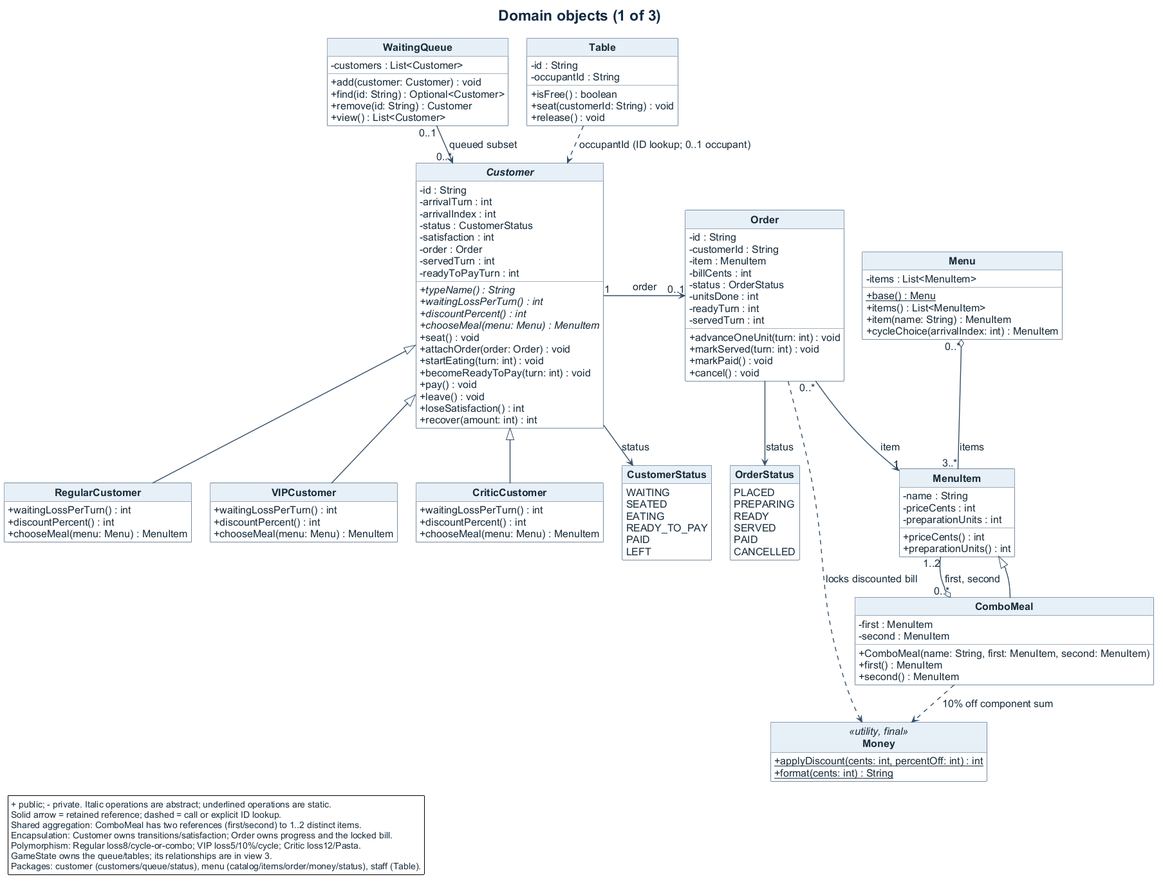
Earlier version of the PlantUML export docs/diagrams/exports/class-domain.png (respoopu/SC2002-lab-assignment-final). Its source is kept beside it as docs/diagrams/class-domain.puml.
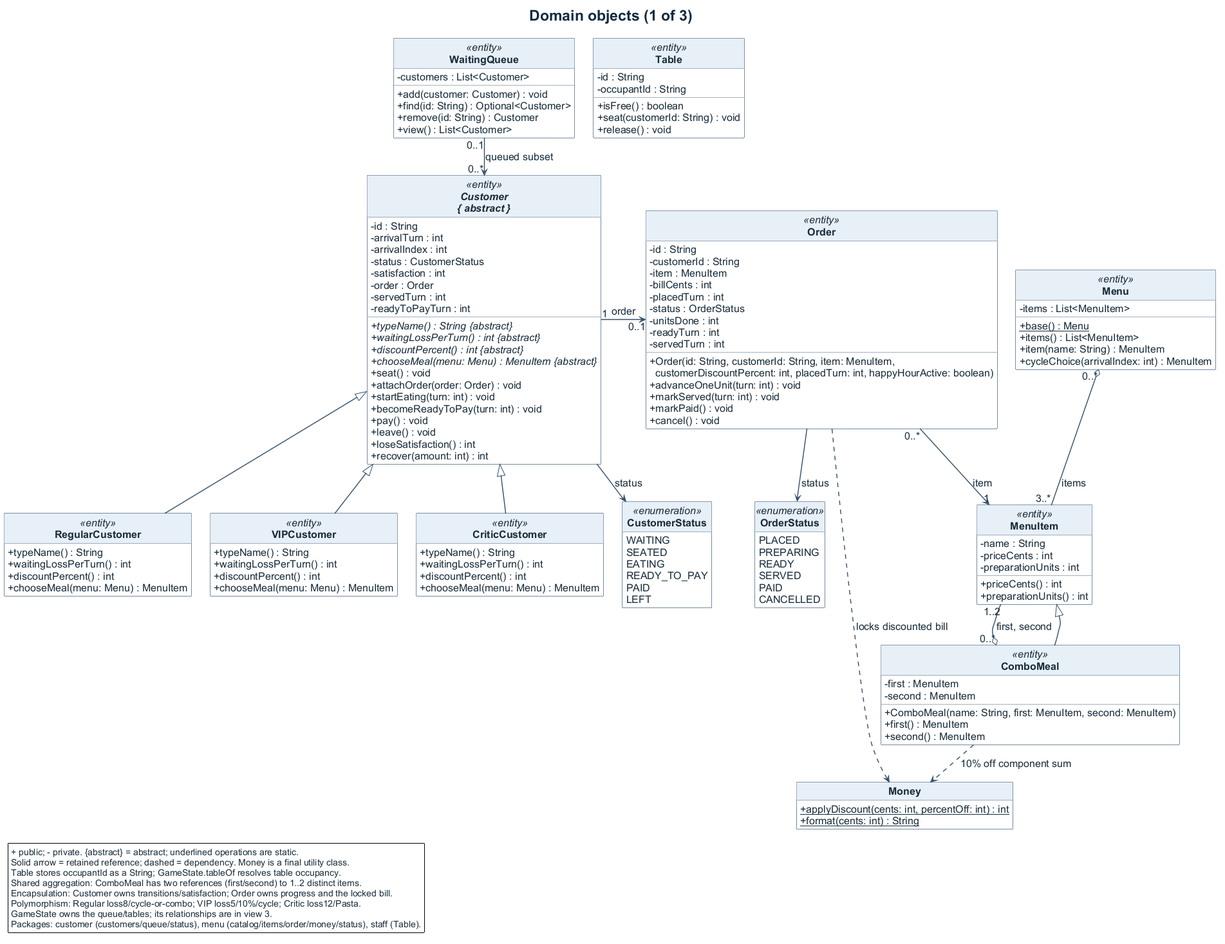
The same file after the commit.

Commit message:
docs(uml): align class notation and members with reviewed design

What changed in the source:
```diff
@@ -4,7 +4,7 @@
 top to bottom direction
 title Domain objects (1 of 3)
 
-  abstract class Customer {
+  abstract class "Customer\n{ abstract }" as Customer <<entity>> {
     -id : String
     -arrivalTurn : int
     -arrivalIndex : int
@@ -13,10 +13,10 @@
     -order : Order
     -servedTurn : int
     -readyToPayTurn : int
-    {abstract} +typeName() : String
-    {abstract} +waitingLossPerTurn() : int
-    {abstract} +discountPercent() : int
-    {abstract} +chooseMeal(menu: Menu) : MenuItem
+    {abstract} +typeName() : String <U+007B>abstract<U+007D>
+    {abstract} +waitingLossPerTurn() : int <U+007B>abstract<U+007D>
+    {abstract} +discountPercent() : int <U+007B>abstract<U+007D>
+    {abstract} +chooseMeal(menu: Menu) : MenuItem <U+007B>abstract<U+007D>
     +seat() : void
     +attachOrder(order: Order) : void
     +startEating(turn: int) : void
@@ -26,29 +26,32 @@
     +loseSatisfaction() : int
     +recover(amount: int) : int
   }
-  class RegularCustomer {
+  class RegularCustomer <<entity>> {
+    +typeName() : String
     +waitingLossPerTurn() : int
     +discountPercent() : int
     +chooseMeal(menu: Menu) : MenuItem
   }
-  class VIPCustomer {
+  class VIPCustomer <<entity>> {
+    +typeName() : String
     +waitingLossPerTurn() : int
     +discountPercent() : int
     +chooseMeal(menu: Menu) : MenuItem
   }
-  class CriticCustomer {
+  class CriticCustomer <<entity>> {
+    +typeName() : String
     +waitingLossPerTurn() : int
     +discountPercent() : int
     +chooseMeal(menu: Menu) : MenuItem
   }
-  class WaitingQueue {
+  class WaitingQueue <<entity>> {
     -customers : List<Customer>
     +add(customer: Customer) : void
     +find(id: String) : Optional<Customer>
     +remove(id: String) : Customer
     +view() : List<Customer>
   }
-  enum CustomerStatus {
+  enum CustomerStatus <<enumeration>> {
     WAITING
     SEATED
     EATING
@@ -57,46 +60,48 @@
     LEFT
   }
 
-  class Menu {
+  class Menu <<entity>> {
     -items : List<MenuItem>
     +{static} base() : Menu
     +items() : List<MenuItem>
     +item(name: String) : MenuItem
     +cycleChoice(arrivalIndex: int) : MenuItem
   }
-  class MenuItem {
+  class MenuItem <<entity>> {
     -name : String
     -priceCents : int
     -preparationUnits : int
     +priceCents() : int
     +preparationUnits() : int
   }
-  class ComboMeal {
+  class ComboMeal <<entity>> {
     -first : MenuItem
     -second : MenuItem
     +ComboMeal(name: String, first: MenuItem, second: MenuItem)
     +first() : MenuItem
     +second() : MenuItem
   }
-  class Order {
+  class Order <<entity>> {
     -id : String
     -customerId : String
     -item : MenuItem
     -billCents : int
+    -placedTurn : int
     -status : OrderStatus
     -unitsDone : int
     -readyTurn : int
     -servedTurn : int
+    +Order(id: String, customerId: String, item: MenuItem,\n  customerDiscountPercent: int, placedTurn: int, happyHourActive: boolean)
     +advanceOneUnit(turn: int) : void
     +markServed(turn: int) : void
     +markPaid() : void
     +cancel() : void
   }
-  class Money <<utility, final>> {
+  class Money {
     +{static} applyDiscount(cents: int, percentOff: int) : int
     +{static} format(cents: int) : String
   }
-  enum OrderStatus {
+  enum OrderStatus <<enumeration>> {
     PLACED
     PREPARING
     READY
@@ -105,7 +110,7 @@
     CANCELLED
   }
 
-  class Table {
+  class Table <<entity>> {
     -id : String
     -occupantId : String
     +isFree() : boolean
@@ -126,11 +131,11 @@
 WaitingQueue "0..1" --> "0..*" Customer : queued subset
 Order ..> Money : locks discounted bill
 ComboMeal ..> Money : 10% off component sum
-Table ..> Customer : occupantId (ID lookup; 0..1 occupant)
 
 legend bottom left
-  + public; - private. Italic operations are abstract; underlined operations are static.
-  Solid arrow = retained reference; dashed = call or explicit ID lookup.
+  + public; - private. {abstract} = abstract; underlined operations are static.
+  Solid arrow = retained reference; dashed = dependency. Money is a final utility class.
+  Table stores occupantId as a String; GameState.tableOf resolves table occupancy.
   Shared aggregation: ComboMeal has two references (first/second) to 1..2 distinct items.
   Encapsulation: Customer owns transitions/satisfaction; Order owns progress and the locked bill.
   Polymorphism: Regular loss8/cycle-or-combo; VIP loss5/10%/cycle; Critic loss12/Pasta.
```
